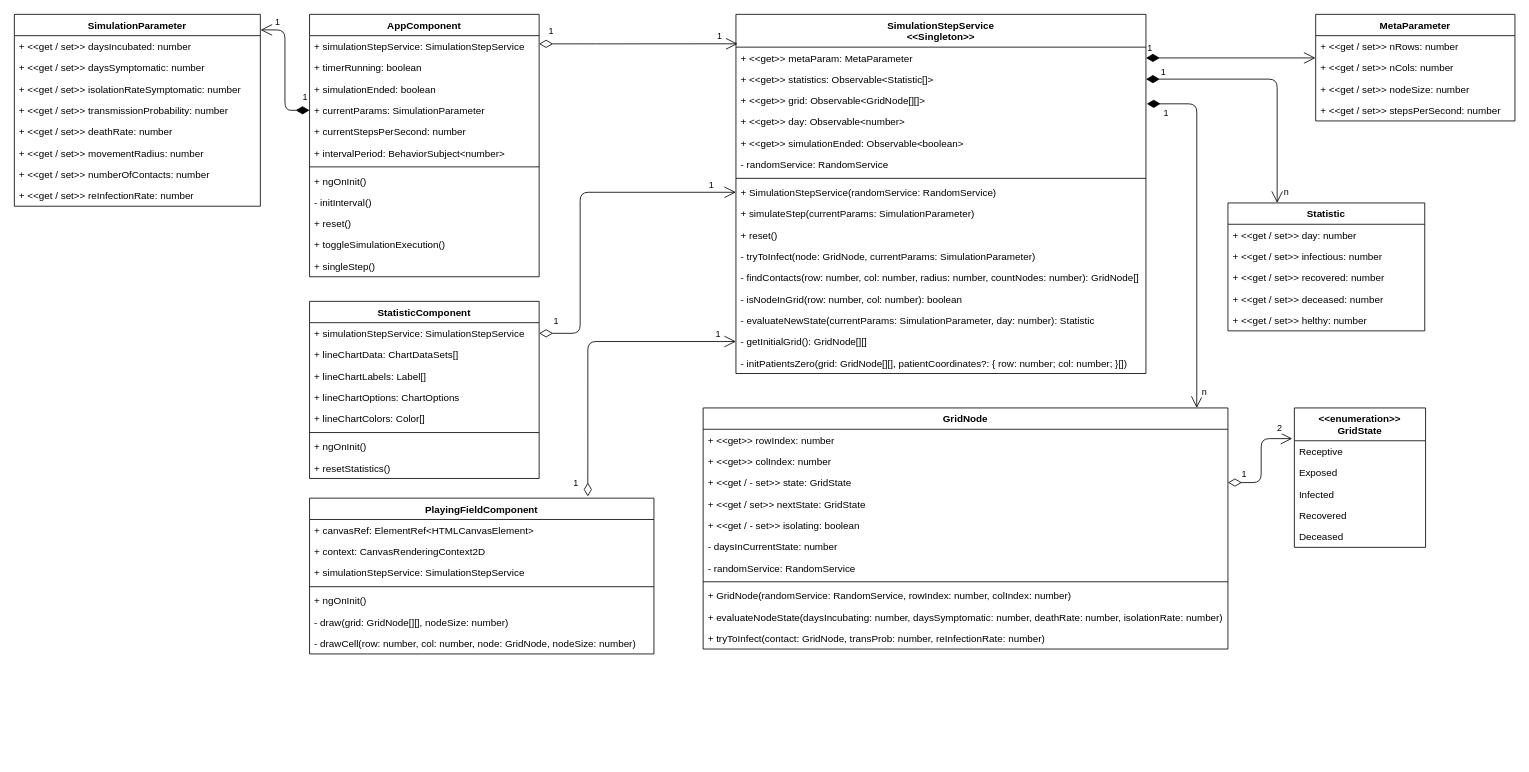
Before: Untitled Diagram.drawio in tammowhs/simulationelectron, a draw.io diagram. Source tidied: cells renumbered, new cells numbered last; positions are measured from the earlier drawing's top-left corner, leaving out a move shared by most shapes. Both pictures are drawn from the tidied source at 82%, with x=0, y=0 at pixel (14, 14).
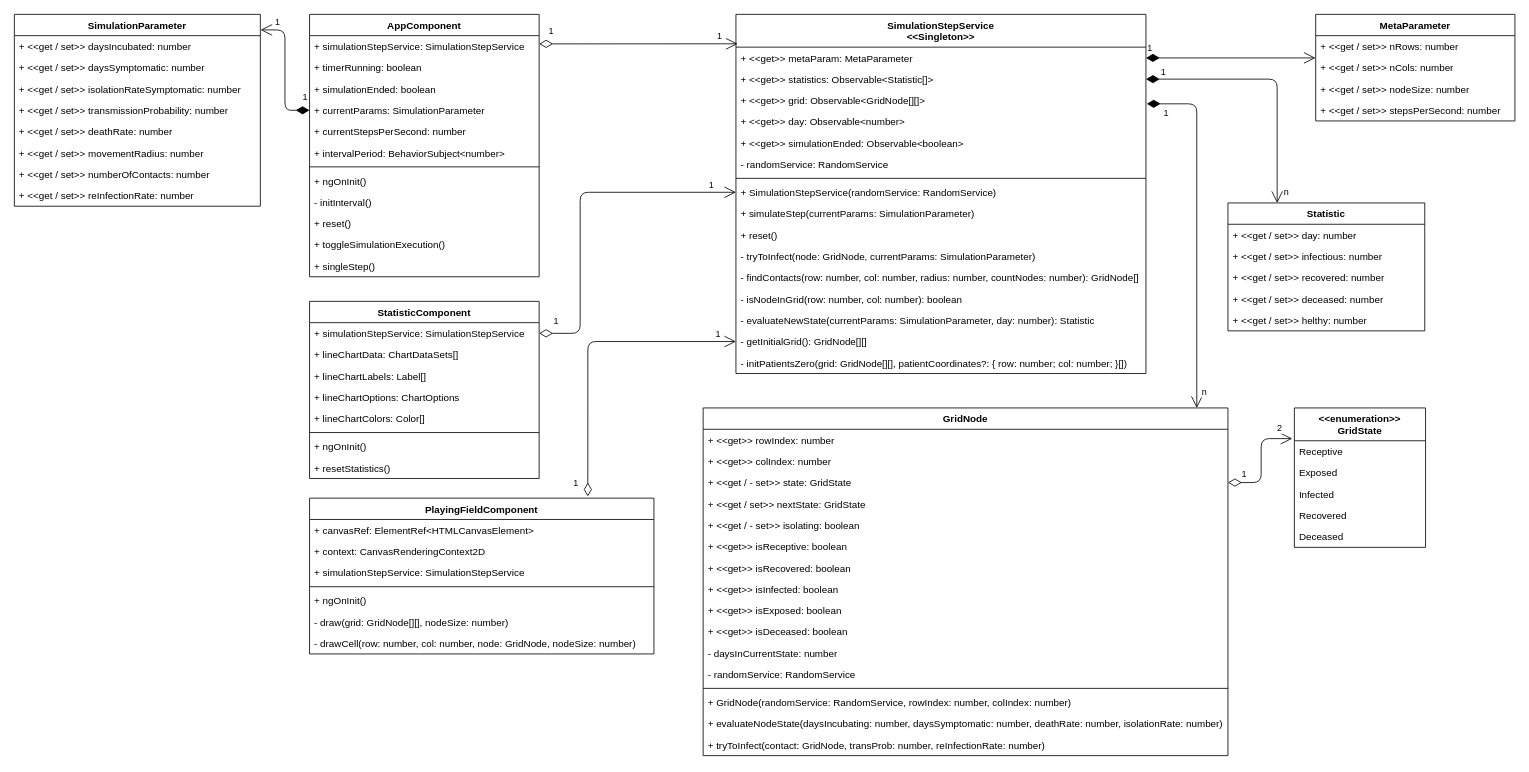
The same page after the edit.

Diff of the diagram source:
```diff
@@
     <mxCell id="19" value="GridNode" style="swimlane;fontStyle=1;align=center;verticalAlign=top;horizontal=1;startSize=26;" parent="1" vertex="1">
-      <mxGeometry x="840" y="480" width="640" height="294" as="geometry" />
+      <mxGeometry x="840" y="480" width="640" height="424" as="geometry" />
     </mxCell>
@@
+    <mxCell id="103" value="+ &lt;&lt;get&gt;&gt; isReceptive: boolean" style="text;strokeColor=none;fillColor=none;align=left;verticalAlign=top;spacingLeft=4;spacingRight=4;overflow=hidden;" parent="19" vertex="1">
+      <mxGeometry y="156" width="640" height="26" as="geometry" />
+    </mxCell>
+    <mxCell id="104" value="+ &lt;&lt;get&gt;&gt; isRecovered: boolean" style="text;strokeColor=none;fillColor=none;align=left;verticalAlign=top;spacingLeft=4;spacingRight=4;overflow=hidden;" parent="19" vertex="1">
+      <mxGeometry y="182" width="640" height="26" as="geometry" />
+    </mxCell>
+    <mxCell id="105" value="+ &lt;&lt;get&gt;&gt; isInfected: boolean" style="text;strokeColor=none;fillColor=none;align=left;verticalAlign=top;spacingLeft=4;spacingRight=4;overflow=hidden;" parent="19" vertex="1">
+      <mxGeometry y="208" width="640" height="26" as="geometry" />
+    </mxCell>
+    <mxCell id="106" value="+ &lt;&lt;get&gt;&gt; isExposed: boolean" style="text;strokeColor=none;fillColor=none;align=left;verticalAlign=top;spacingLeft=4;spacingRight=4;overflow=hidden;" parent="19" vertex="1">
+      <mxGeometry y="234" width="640" height="26" as="geometry" />
+    </mxCell>
+    <mxCell id="107" value="+ &lt;&lt;get&gt;&gt; isDeceased: boolean" style="text;strokeColor=none;fillColor=none;align=left;verticalAlign=top;spacingLeft=4;spacingRight=4;overflow=hidden;" parent="19" vertex="1">
+      <mxGeometry y="260" width="640" height="26" as="geometry" />
+    </mxCell>
     <mxCell id="25" value="- daysInCurrentState: number" style="text;strokeColor=none;fillColor=none;align=left;verticalAlign=top;spacingLeft=4;spacingRight=4;overflow=hidden;" parent="19" vertex="1">
-      <mxGeometry y="156" width="640" height="26" as="geometry" />
+      <mxGeometry y="286" width="640" height="26" as="geometry" />
     </mxCell>
     <mxCell id="26" value="- randomService: RandomService" style="text;strokeColor=none;fillColor=none;align=left;verticalAlign=top;spacingLeft=4;spacingRight=4;overflow=hidden;" parent="19" vertex="1">
-      <mxGeometry y="182" width="640" height="26" as="geometry" />
+      <mxGeometry y="312" width="640" height="26" as="geometry" />
     </mxCell>
     <mxCell id="27" style="line;strokeWidth=1;fillColor=none;align=left;verticalAlign=middle;spacingTop=-1;spacingLeft=3;spacingRight=3;labelPosition=right;" parent="19" vertex="1">
-      <mxGeometry y="208" width="640" height="8" as="geometry" />
+      <mxGeometry y="338" width="640" height="8" as="geometry" />
     </mxCell>
     <mxCell id="28" value="+ GridNode(randomService: RandomService, rowIndex: number, colIndex: number)" style="text;strokeColor=none;fillColor=none;align=left;verticalAlign=top;spacingLeft=4;spacingRight=4;overflow=hidden;" parent="19" vertex="1">
-      <mxGeometry y="216" width="640" height="26" as="geometry" />
+      <mxGeometry y="346" width="640" height="26" as="geometry" />
     </mxCell>
     <mxCell id="29" value="+ evaluateNodeState(daysIncubating: number, daysSymptomatic: number, deathRate: number, isolationRate: number)" style="text;strokeColor=none;fillColor=none;align=left;verticalAlign=top;spacingLeft=4;spacingRight=4;overflow=hidden;" parent="19" vertex="1">
-      <mxGeometry y="242" width="640" height="26" as="geometry" />
+      <mxGeometry y="372" width="640" height="26" as="geometry" />
     </mxCell>
     <mxCell id="30" value="+ tryToInfect(contact: GridNode, transProb: number, reInfectionRate: number)" style="text;strokeColor=none;fillColor=none;align=left;verticalAlign=top;spacingLeft=4;spacingRight=4;overflow=hidden;" parent="19" vertex="1">
-      <mxGeometry y="268" width="640" height="26" as="geometry" />
+      <mxGeometry y="398" width="640" height="26" as="geometry" />
     </mxCell>
```
